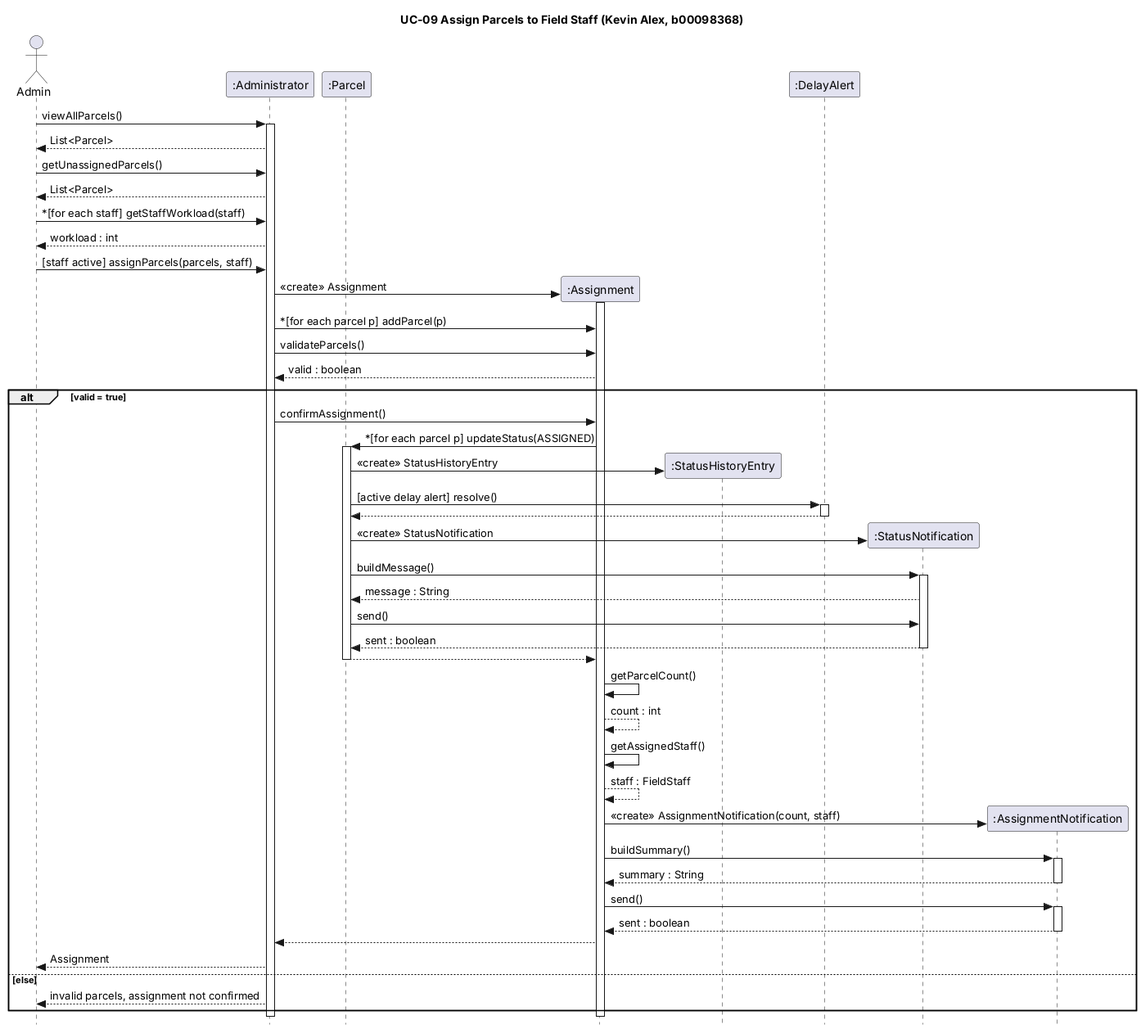
Before: Project/Behavioral_Modeling/Sequence_Diagrams/SD_UC-09_Assign_Parcels_to_Field_Staff.png, a diagram exported from PlantUML (COE420-Team10-F26/Courier_parcel_tracking_system).
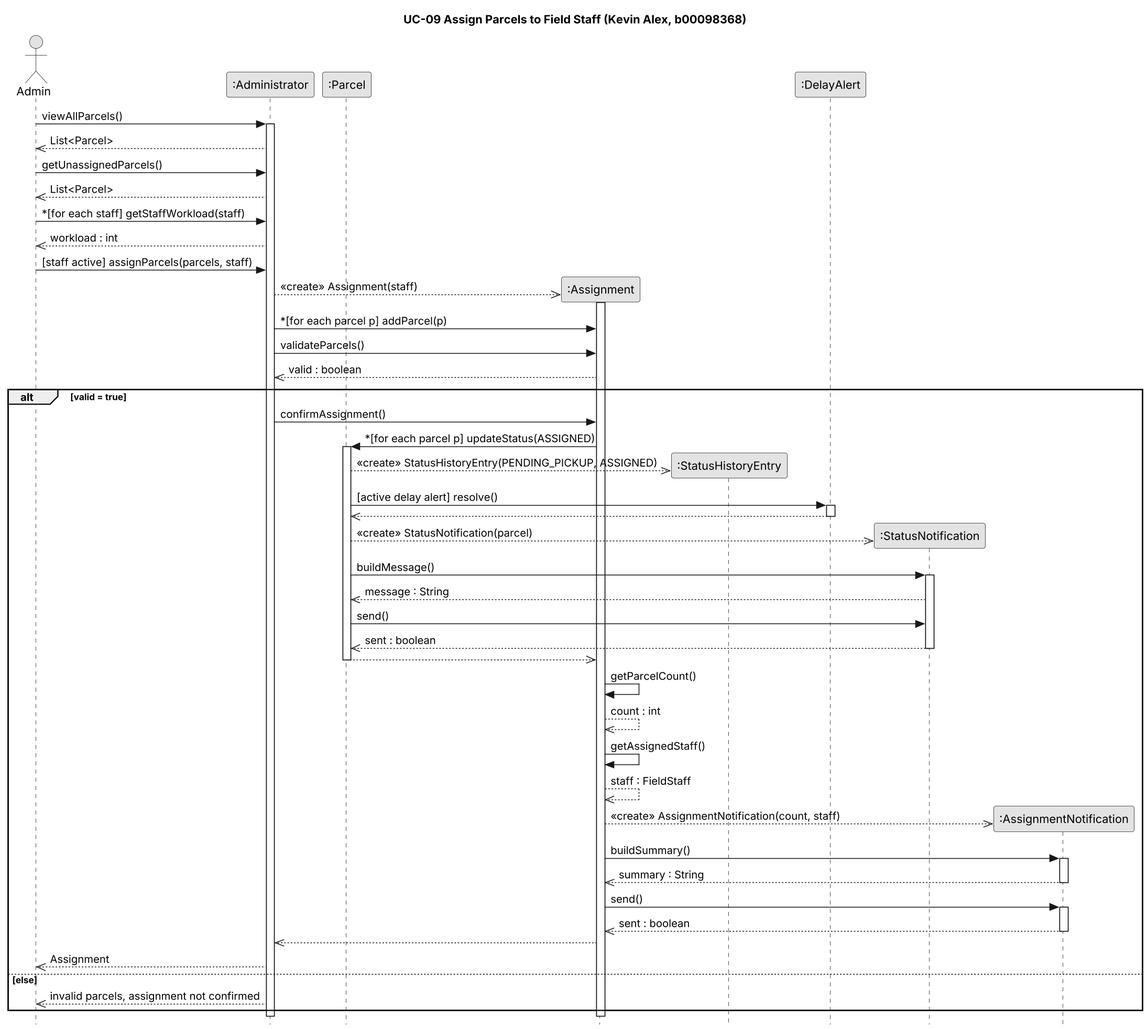
Above is the later version.

Change to the diagram source:
```diff
@@ -2,6 +2,10 @@
 title UC-09 Assign Parcels to Field Staff (Kevin Alex, b00098368)
 skinparam sequenceMessageAlign left
 skinparam style strictuml
+skinparam dpi 150
+skinparam monochrome true
+skinparam shadowing false
+skinparam defaultFontName Helvetica
 
 actor Admin
 participant ":Administrator" as A
@@ -14,24 +18,24 @@
 
 Admin -> A : viewAllParcels()
 activate A
-A --> Admin : List<Parcel>
+A -->> Admin : List<Parcel>
 
 Admin -> A : getUnassignedParcels()
-A --> Admin : List<Parcel>
+A -->> Admin : List<Parcel>
 
 Admin -> A : ~*[for each staff] getStaffWorkload(staff)
-A --> Admin : workload : int
+A -->> Admin : workload : int
 
 Admin -> A : [staff active] assignParcels(parcels, staff)
 
 create As
-A -> As : <<create>> Assignment
+A -->> As : <<create>> Assignment(staff)
 activate As
 
 A -> As : ~*[for each parcel p] addParcel(p)
 
 A -> As : validateParcels()
-As --> A : valid : boolean
+As -->> A : valid : boolean
 
 alt valid = true
 A -> As : confirmAssignment()
@@ -40,45 +44,45 @@
 activate P
 
 create H
-P -> H : <<create>> StatusHistoryEntry
+P -->> H : <<create>> StatusHistoryEntry(PENDING_PICKUP, ASSIGNED)
 
 P -> D : [active delay alert] resolve()
 activate D
-D --> P
+D -->> P
 deactivate D
 
 create SN
-P -> SN : <<create>> StatusNotification
+P -->> SN : <<create>> StatusNotification(parcel)
 P -> SN : buildMessage()
 activate SN
-SN --> P : message : String
+SN -->> P : message : String
 P -> SN : send()
-SN --> P : sent : boolean
+SN -->> P : sent : boolean
 deactivate SN
 
-P --> As
+P -->> As
 deactivate P
 
 As -> As : getParcelCount()
-As --> As : count : int
+As -->> As : count : int
 As -> As : getAssignedStaff()
-As --> As : staff : FieldStaff
+As -->> As : staff : FieldStaff
 
 create N
-As -> N : <<create>> AssignmentNotification(count, staff)
+As -->> N : <<create>> AssignmentNotification(count, staff)
 As -> N : buildSummary()
 activate N
-N --> As : summary : String
+N -->> As : summary : String
 deactivate N
 As -> N : send()
 activate N
-N --> As : sent : boolean
+N -->> As : sent : boolean
 deactivate N
 
-As --> A
-A --> Admin : Assignment
+As -->> A
+A -->> Admin : Assignment
 else else
-A --> Admin : invalid parcels, assignment not confirmed
+A -->> Admin : invalid parcels, assignment not confirmed
 end
 deactivate As
 deactivate A
```
